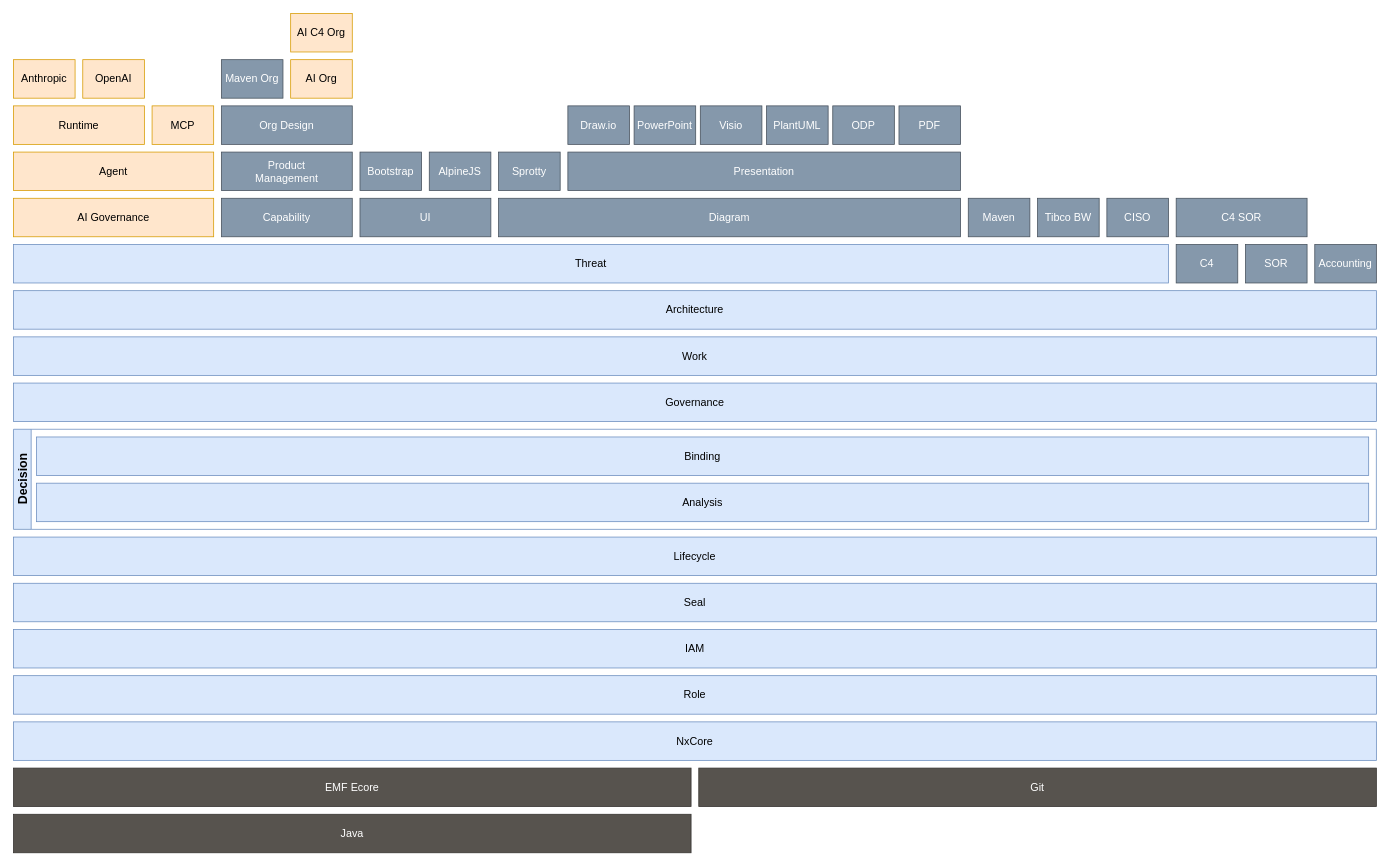
Above: model-tower.drawio in Nasdanika/nasdanika.com (draw.io), before the change. Source tidied: cells renumbered, new cells numbered last; positions are measured from the earlier drawing's top-left corner, leaving out a move shared by most shapes. Both pictures are drawn from the tidied source at 77%, with x=0, y=0 at pixel (13, 13).
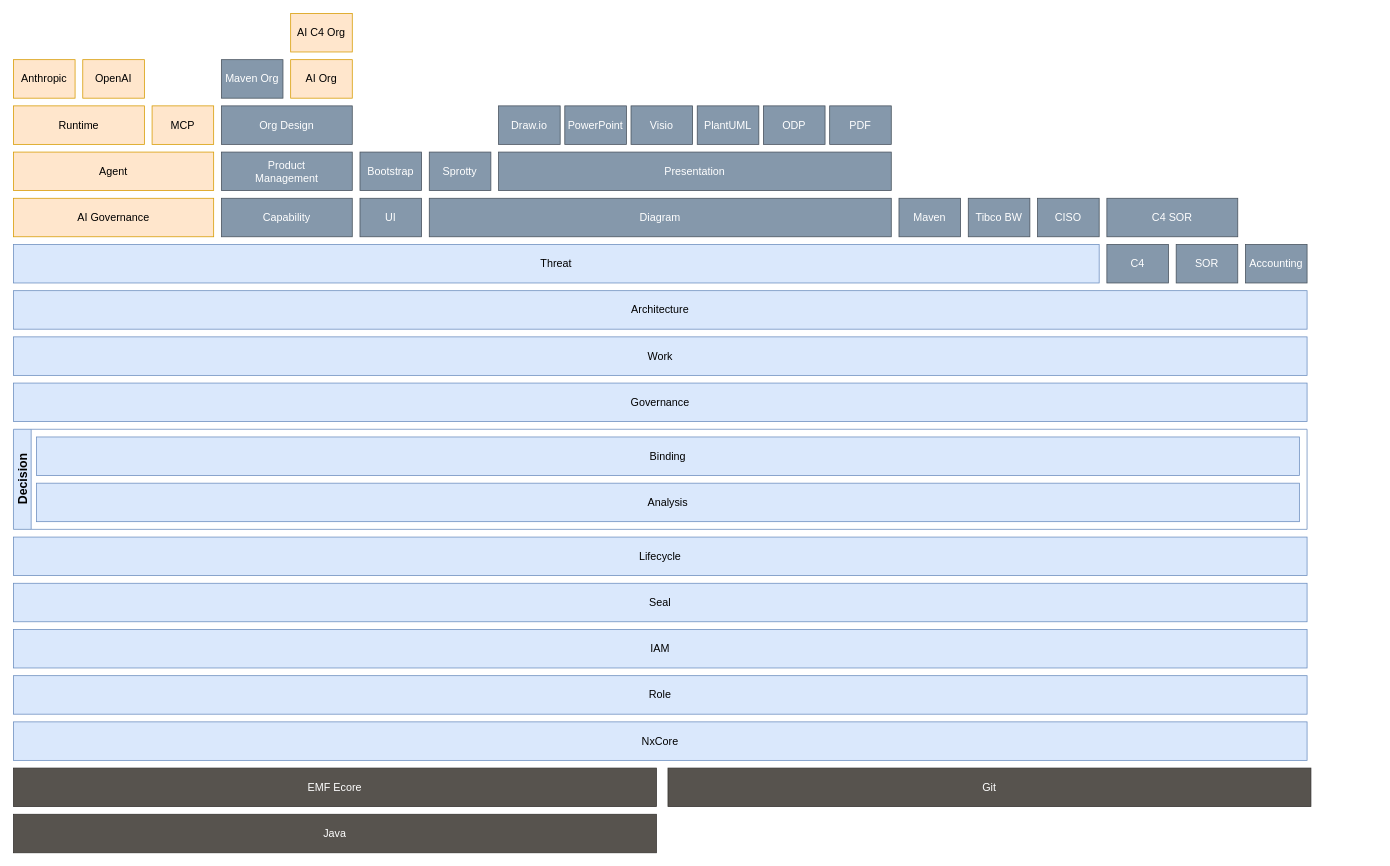
After the change.

What changed in the source:
```diff
@@
     <mxCell id="2" value="NxCore" style="rounded=0;whiteSpace=wrap;html=1;fillColor=#dae8fc;strokeColor=#6c8ebf;fontSize=14;" parent="1" vertex="1">
-      <mxGeometry y="920" width="1770" height="50" as="geometry" />
+      <mxGeometry y="920" width="1680" height="50" as="geometry" />
     </mxCell>
     <mxCell id="3" value="Role" style="rounded=0;whiteSpace=wrap;html=1;fillColor=#dae8fc;strokeColor=#6c8ebf;fontSize=14;" parent="1" vertex="1">
-      <mxGeometry y="860" width="1770" height="50" as="geometry" />
+      <mxGeometry y="860" width="1680" height="50" as="geometry" />
     </mxCell>
     <mxCell id="4" value="IAM" style="rounded=0;whiteSpace=wrap;html=1;fillColor=#dae8fc;strokeColor=#6c8ebf;fontSize=14;" parent="1" vertex="1">
-      <mxGeometry y="800" width="1770" height="50" as="geometry" />
+      <mxGeometry y="800" width="1680" height="50" as="geometry" />
     </mxCell>
     <mxCell id="5" value="Lifecycle" style="rounded=0;whiteSpace=wrap;html=1;fillColor=#dae8fc;strokeColor=#6c8ebf;fontSize=14;" parent="1" vertex="1">
-      <mxGeometry y="680" width="1770" height="50" as="geometry" />
+      <mxGeometry y="680" width="1680" height="50" as="geometry" />
     </mxCell>
     <mxCell id="6" value="Governance" style="rounded=0;whiteSpace=wrap;html=1;fillColor=#dae8fc;strokeColor=#6c8ebf;fontSize=14;" parent="1" vertex="1">
-      <mxGeometry y="480" width="1770" height="50" as="geometry" />
+      <mxGeometry y="480" width="1680" height="50" as="geometry" />
     </mxCell>
     <mxCell id="7" value="Work" style="rounded=0;whiteSpace=wrap;html=1;fillColor=#dae8fc;strokeColor=#6c8ebf;fontSize=14;" parent="1" vertex="1">
-      <mxGeometry y="420" width="1770" height="50" as="geometry" />
+      <mxGeometry y="420" width="1680" height="50" as="geometry" />
     </mxCell>
     <mxCell id="8" value="Architecture" style="rounded=0;whiteSpace=wrap;html=1;fillColor=#dae8fc;strokeColor=#6c8ebf;fontSize=14;" parent="1" vertex="1">
-      <mxGeometry y="360" width="1770" height="50" as="geometry" />
+      <mxGeometry y="360" width="1680" height="50" as="geometry" />
     </mxCell>
     <mxCell id="9" value="Threat" style="rounded=0;whiteSpace=wrap;html=1;fillColor=#dae8fc;strokeColor=#6c8ebf;fontSize=14;" parent="1" vertex="1">
-      <mxGeometry y="300" width="1500" height="50" as="geometry" />
+      <mxGeometry y="300" width="1410" height="50" as="geometry" />
     </mxCell>
@@
     <mxCell id="16" value="UI" style="rounded=0;whiteSpace=wrap;html=1;fillColor=#8598AB;strokeColor=#47515C;fontColor=#FFFFFF;fontSize=14;" parent="1" vertex="1">
-      <mxGeometry x="450" y="240" width="170" height="50" as="geometry" />
+      <mxGeometry x="450" y="240" width="80" height="50" as="geometry" />
     </mxCell>
@@
-    <mxCell id="20" value="AlpineJS" style="rounded=0;whiteSpace=wrap;html=1;fillColor=#8598AB;strokeColor=#47515C;fontColor=#FFFFFF;fontSize=14;" parent="1" vertex="1">
-      <mxGeometry x="540" y="180" width="80" height="50" as="geometry" />
-    </mxCell>
     <mxCell id="21" value="Diagram" style="rounded=0;whiteSpace=wrap;html=1;fillColor=#8598AB;strokeColor=#47515C;fontColor=#FFFFFF;fontSize=14;" parent="1" vertex="1">
-      <mxGeometry x="630" y="240" width="600" height="50" as="geometry" />
+      <mxGeometry x="540" y="240" width="600" height="50" as="geometry" />
     </mxCell>
     <mxCell id="22" value="Sprotty" style="rounded=0;whiteSpace=wrap;html=1;fillColor=#8598AB;strokeColor=#47515C;fontColor=#FFFFFF;fontSize=14;" parent="1" vertex="1">
-      <mxGeometry x="630" y="180" width="80" height="50" as="geometry" />
+      <mxGeometry x="540" y="180" width="80" height="50" as="geometry" />
     </mxCell>
     <mxCell id="23" value="Presentation" style="rounded=0;whiteSpace=wrap;html=1;fillColor=#8598AB;strokeColor=#47515C;fontColor=#FFFFFF;fontSize=14;" parent="1" vertex="1">
-      <mxGeometry x="720" y="180" width="510" height="50" as="geometry" />
+      <mxGeometry x="630" y="180" width="510" height="50" as="geometry" />
     </mxCell>
     <mxCell id="24" value="Draw.io" style="rounded=0;whiteSpace=wrap;html=1;fillColor=#8598AB;strokeColor=#47515C;fontColor=#FFFFFF;fontSize=14;" parent="1" vertex="1">
-      <mxGeometry x="720" y="120" width="80" height="50" as="geometry" />
+      <mxGeometry x="630" y="120" width="80" height="50" as="geometry" />
     </mxCell>
     <mxCell id="25" value="PowerPoint" style="rounded=0;whiteSpace=wrap;html=1;fillColor=#8598AB;strokeColor=#47515C;fontColor=#FFFFFF;fontSize=14;" parent="1" vertex="1">
-      <mxGeometry x="806" y="120" width="80" height="50" as="geometry" />
+      <mxGeometry x="716" y="120" width="80" height="50" as="geometry" />
     </mxCell>
     <mxCell id="26" value="PlantUML" style="rounded=0;whiteSpace=wrap;html=1;fillColor=#8598AB;strokeColor=#47515C;fontColor=#FFFFFF;fontSize=14;" parent="1" vertex="1">
-      <mxGeometry x="978" y="120" width="80" height="50" as="geometry" />
+      <mxGeometry x="888" y="120" width="80" height="50" as="geometry" />
     </mxCell>
     <mxCell id="27" value="ODP" style="rounded=0;whiteSpace=wrap;html=1;fillColor=#8598AB;strokeColor=#47515C;fontColor=#FFFFFF;fontSize=14;" parent="1" vertex="1">
-      <mxGeometry x="1064" y="120" width="80" height="50" as="geometry" />
+      <mxGeometry x="974" y="120" width="80" height="50" as="geometry" />
     </mxCell>
     <mxCell id="28" value="Visio" style="rounded=0;whiteSpace=wrap;html=1;fillColor=#8598AB;strokeColor=#47515C;fontColor=#FFFFFF;fontSize=14;" parent="1" vertex="1">
-      <mxGeometry x="892" y="120" width="80" height="50" as="geometry" />
+      <mxGeometry x="802" y="120" width="80" height="50" as="geometry" />
     </mxCell>
@@
     <mxCell id="30" value="PDF" style="rounded=0;whiteSpace=wrap;html=1;fillColor=#8598AB;strokeColor=#47515C;fontColor=#FFFFFF;fontSize=14;" parent="1" vertex="1">
-      <mxGeometry x="1150" y="120" width="80" height="50" as="geometry" />
+      <mxGeometry x="1060" y="120" width="80" height="50" as="geometry" />
     </mxCell>
     <mxCell id="31" value="Git" style="rounded=0;whiteSpace=wrap;html=1;fillColor=#57534E;fontColor=#ffffff;strokeColor=#363330;fontSize=14;" parent="1" vertex="1">
-      <mxGeometry x="890" y="980" width="880" height="50" as="geometry" />
+      <mxGeometry x="850" y="980" width="835" height="50" as="geometry" />
     </mxCell>
     <mxCell id="32" value="Seal" style="rounded=0;whiteSpace=wrap;html=1;fillColor=#dae8fc;strokeColor=#6c8ebf;fontSize=14;" parent="1" vertex="1">
-      <mxGeometry y="740" width="1770" height="50" as="geometry" />
+      <mxGeometry y="740" width="1680" height="50" as="geometry" />
     </mxCell>
     <mxCell id="33" value="Maven" style="rounded=0;whiteSpace=wrap;html=1;fillColor=#8598AB;strokeColor=#47515C;fontColor=#FFFFFF;fontSize=14;" parent="1" vertex="1">
-      <mxGeometry x="1240" y="240" width="80" height="50" as="geometry" />
+      <mxGeometry x="1150" y="240" width="80" height="50" as="geometry" />
     </mxCell>
     <mxCell id="34" value="C4" style="rounded=0;whiteSpace=wrap;html=1;fillColor=#8598AB;strokeColor=#47515C;fontColor=#FFFFFF;fontSize=14;" parent="1" vertex="1">
-      <mxGeometry x="1510" y="300" width="80" height="50" as="geometry" />
+      <mxGeometry x="1420" y="300" width="80" height="50" as="geometry" />
     </mxCell>
@@
     <mxCell id="36" value="EMF Ecore" style="rounded=0;whiteSpace=wrap;html=1;fillColor=#57534E;fontColor=#ffffff;strokeColor=#363330;fontSize=14;" parent="1" vertex="1">
-      <mxGeometry y="980" width="880" height="50" as="geometry" />
+      <mxGeometry y="980" width="835" height="50" as="geometry" />
     </mxCell>
     <mxCell id="37" value="Java" style="rounded=0;whiteSpace=wrap;html=1;fillColor=#57534E;fontColor=#ffffff;strokeColor=#363330;fontSize=14;" parent="1" vertex="1">
-      <mxGeometry y="1040" width="880" height="50" as="geometry" />
+      <mxGeometry y="1040" width="835" height="50" as="geometry" />
     </mxCell>
@@
     <mxCell id="39" value="Tibco BW" style="rounded=0;whiteSpace=wrap;html=1;fillColor=#8598AB;strokeColor=#47515C;fontColor=#FFFFFF;fontSize=14;" parent="1" vertex="1">
-      <mxGeometry x="1330" y="240" width="80" height="50" as="geometry" />
+      <mxGeometry x="1240" y="240" width="80" height="50" as="geometry" />
     </mxCell>
     <mxCell id="40" value="SOR" style="rounded=0;whiteSpace=wrap;html=1;fillColor=#8598AB;strokeColor=#47515C;fontColor=#FFFFFF;fontSize=14;" parent="1" vertex="1">
-      <mxGeometry x="1600" y="300" width="80" height="50" as="geometry" />
+      <mxGeometry x="1510" y="300" width="80" height="50" as="geometry" />
     </mxCell>
@@
     <mxCell id="42" value="Accounting" style="rounded=0;whiteSpace=wrap;html=1;fillColor=#8598AB;strokeColor=#47515C;fontColor=#FFFFFF;fontSize=14;" parent="1" vertex="1">
-      <mxGeometry x="1690" y="300" width="80" height="50" as="geometry" />
+      <mxGeometry x="1600" y="300" width="80" height="50" as="geometry" />
     </mxCell>
     <mxCell id="43" value="C4 SOR" style="rounded=0;whiteSpace=wrap;html=1;fillColor=#8598AB;strokeColor=#47515C;fontColor=#FFFFFF;fontSize=14;" parent="1" vertex="1">
-      <mxGeometry x="1510" y="240" width="170" height="50" as="geometry" />
+      <mxGeometry x="1420" y="240" width="170" height="50" as="geometry" />
     </mxCell>
     <mxCell id="44" value="CISO" style="rounded=0;whiteSpace=wrap;html=1;fillColor=#8598AB;strokeColor=#47515C;fontColor=#FFFFFF;fontSize=14;" parent="1" vertex="1">
-      <mxGeometry x="1420" y="240" width="80" height="50" as="geometry" />
+      <mxGeometry x="1330" y="240" width="80" height="50" as="geometry" />
     </mxCell>
     <mxCell id="45" value="Decision" style="swimlane;horizontal=0;whiteSpace=wrap;html=1;fillColor=#dae8fc;strokeColor=#6c8ebf;fontSize=16;" parent="1" vertex="1">
-      <mxGeometry y="540" width="1770" height="130" as="geometry" />
+      <mxGeometry y="540" width="1680" height="130" as="geometry" />
     </mxCell>
     <mxCell id="46" value="Analysis" style="rounded=0;whiteSpace=wrap;html=1;fillColor=#dae8fc;strokeColor=#6c8ebf;fontSize=14;" parent="45" vertex="1">
-      <mxGeometry x="30" y="70" width="1730" height="50" as="geometry" />
+      <mxGeometry x="30" y="70" width="1640" height="50" as="geometry" />
     </mxCell>
     <mxCell id="47" value="Binding" style="rounded=0;whiteSpace=wrap;html=1;fillColor=#dae8fc;strokeColor=#6c8ebf;fontSize=14;" parent="45" vertex="1">
-      <mxGeometry x="30" y="10" width="1730" height="50" as="geometry" />
+      <mxGeometry x="30" y="10" width="1640" height="50" as="geometry" />
     </mxCell>
```
